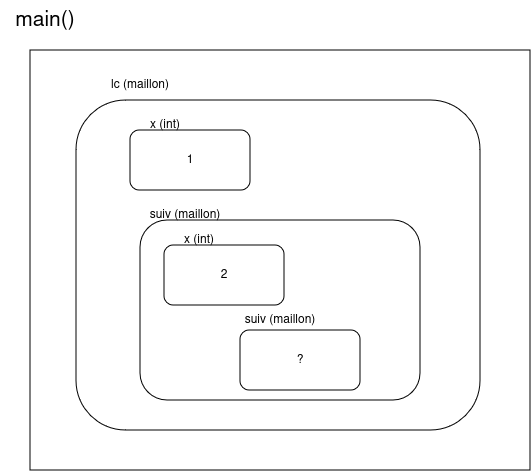
The draw.io diagram Schema_TP5/TP5_C_Exo3.png in Eragon28/TP_C, before a commit. Source tidied: cells renumbered, new cells last; positions are measured from the earlier drawing's top-left corner, leaving out a move shared by most shapes.
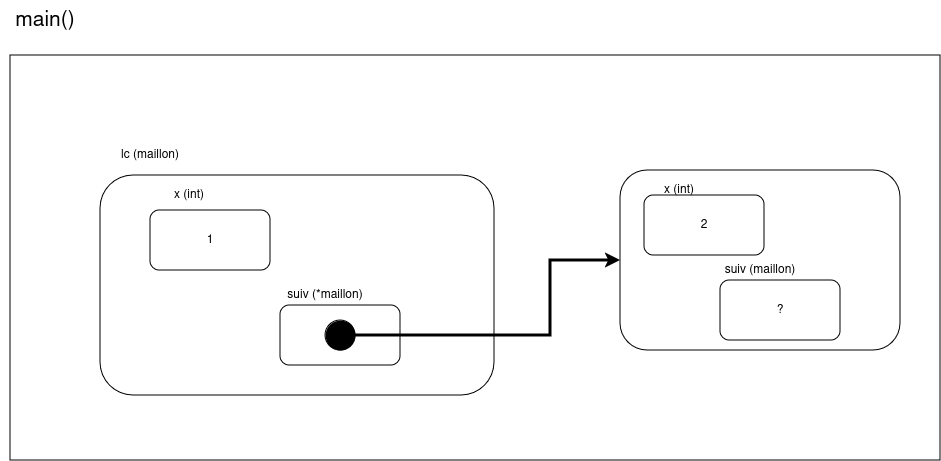
After the commit.

Change to the diagram source:
```diff
@@ -3,40 +3,54 @@
     <mxCell id="0" />
     <mxCell id="1" parent="0" />
     <mxCell id="2" style="rounded=0;whiteSpace=wrap;html=1;" parent="1" vertex="1">
-      <mxGeometry x="30" y="50" width="500" height="420" as="geometry" />
+      <mxGeometry x="10" y="55" width="930" height="405" as="geometry" />
     </mxCell>
     <mxCell id="3" style="rounded=1;whiteSpace=wrap;html=1;" parent="1" vertex="1">
-      <mxGeometry x="76" y="100" width="404" height="330" as="geometry" />
+      <mxGeometry x="100" y="175" width="394" height="220" as="geometry" />
     </mxCell>
     <mxCell id="4" value="main()" style="text;html=1;strokeColor=none;fillColor=none;align=center;verticalAlign=middle;whiteSpace=wrap;rounded=0;fontSize=21;" parent="1" vertex="1">
       <mxGeometry width="90" height="40" as="geometry" />
     </mxCell>
     <mxCell id="5" value="lc (maillon)" style="text;html=1;strokeColor=none;fillColor=none;align=center;verticalAlign=middle;whiteSpace=wrap;rounded=0;" parent="1" vertex="1">
-      <mxGeometry x="100" y="70" width="80" height="30" as="geometry" />
+      <mxGeometry x="110" y="140" width="80" height="30" as="geometry" />
     </mxCell>
     <mxCell id="6" value="1" style="rounded=1;whiteSpace=wrap;html=1;" parent="1" vertex="1">
-      <mxGeometry x="130" y="130" width="120" height="60" as="geometry" />
+      <mxGeometry x="150" y="210" width="120" height="60" as="geometry" />
     </mxCell>
     <mxCell id="7" value="x (int)" style="text;html=1;strokeColor=none;fillColor=none;align=center;verticalAlign=middle;whiteSpace=wrap;rounded=0;" parent="1" vertex="1">
-      <mxGeometry x="130" y="110" width="70" height="30" as="geometry" />
+      <mxGeometry x="154" y="180" width="70" height="30" as="geometry" />
     </mxCell>
     <mxCell id="8" style="rounded=1;whiteSpace=wrap;html=1;" parent="1" vertex="1">
-      <mxGeometry x="140" y="220" width="280" height="180" as="geometry" />
+      <mxGeometry x="620" y="170" width="280" height="180" as="geometry" />
     </mxCell>
-    <mxCell id="9" value="suiv (maillon)" style="text;html=1;strokeColor=none;fillColor=none;align=center;verticalAlign=middle;whiteSpace=wrap;rounded=0;" parent="1" vertex="1">
-      <mxGeometry x="140" y="200" width="90" height="30" as="geometry" />
+    <mxCell id="9" value="suiv (*maillon)" style="text;html=1;strokeColor=none;fillColor=none;align=center;verticalAlign=middle;whiteSpace=wrap;rounded=0;" parent="1" vertex="1">
+      <mxGeometry x="280" y="280" width="90" height="30" as="geometry" />
     </mxCell>
     <mxCell id="10" value="2" style="rounded=1;whiteSpace=wrap;html=1;" parent="1" vertex="1">
-      <mxGeometry x="164" y="245" width="120" height="60" as="geometry" />
+      <mxGeometry x="644" y="195" width="120" height="60" as="geometry" />
     </mxCell>
     <mxCell id="11" value="x (int)" style="text;html=1;strokeColor=none;fillColor=none;align=center;verticalAlign=middle;whiteSpace=wrap;rounded=0;" parent="1" vertex="1">
-      <mxGeometry x="164" y="225" width="70" height="30" as="geometry" />
+      <mxGeometry x="644" y="175" width="70" height="30" as="geometry" />
     </mxCell>
     <mxCell id="12" value="?" style="rounded=1;whiteSpace=wrap;html=1;" parent="1" vertex="1">
-      <mxGeometry x="240" y="330" width="120" height="60" as="geometry" />
+      <mxGeometry x="720" y="280" width="120" height="60" as="geometry" />
     </mxCell>
     <mxCell id="13" value="suiv (maillon)" style="text;html=1;strokeColor=none;fillColor=none;align=center;verticalAlign=middle;whiteSpace=wrap;rounded=0;" parent="1" vertex="1">
-      <mxGeometry x="240" y="305" width="80" height="30" as="geometry" />
+      <mxGeometry x="720" y="255" width="80" height="30" as="geometry" />
     </mxCell>
+    <mxCell id="14" style="rounded=1;whiteSpace=wrap;html=1;" parent="1" vertex="1">
+      <mxGeometry x="280" y="305" width="120" height="60" as="geometry" />
+    </mxCell>
+    <mxCell id="15" style="edgeStyle=orthogonalEdgeStyle;rounded=0;jettySize=auto;html=1;exitX=1;exitY=0.5;exitDx=0;exitDy=0;entryX=0;entryY=0.5;entryDx=0;entryDy=0;strokeWidth=3;" parent="1" edge="1" source="16" target="8">
+      <mxGeometry relative="1" as="geometry">
+        <Array as="points">
+          <mxPoint x="550" y="335" />
+          <mxPoint x="550" y="260" />
+        </Array>
+      </mxGeometry>
+    </mxCell>
+    <mxCell id="16" style="ellipse;whiteSpace=wrap;html=1;fillColor=#000000;" parent="1" vertex="1">
+      <mxGeometry x="325" y="320" width="30" height="30" as="geometry" />
+    </mxCell>
   </root>
 </mxGraphModel>
```
